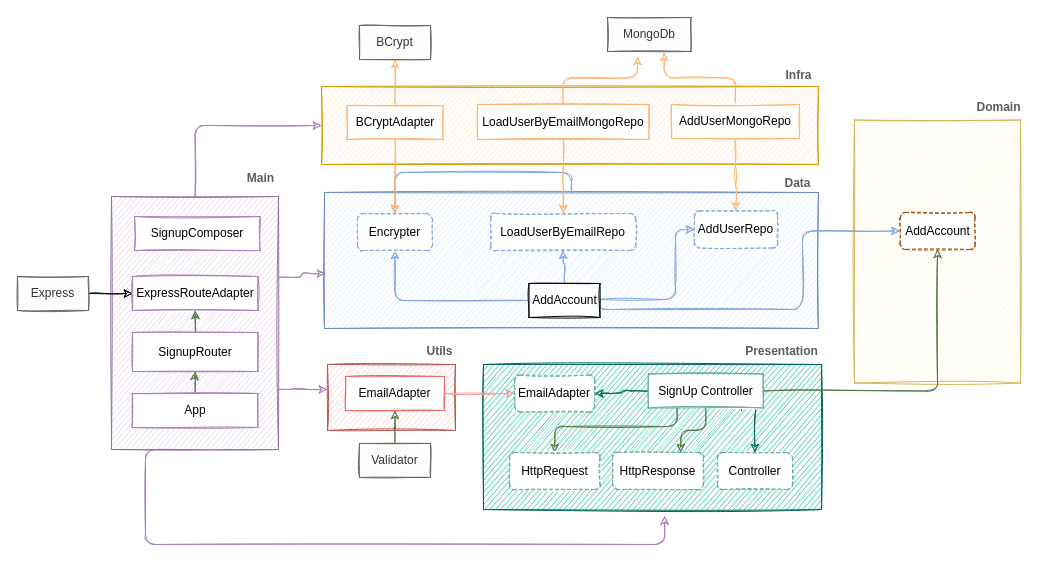
alioshr/Alioshr keeps this draw.io diagram as Untitled Diagram.drawio. Above is the earlier version. Source tidied: cells renumbered, new cells numbered last; positions are measured from the earlier drawing's top-left corner, leaving out a move shared by most shapes. Both pictures are drawn from the tidied source at 100%, with x=0, y=0 at pixel (17, 17).
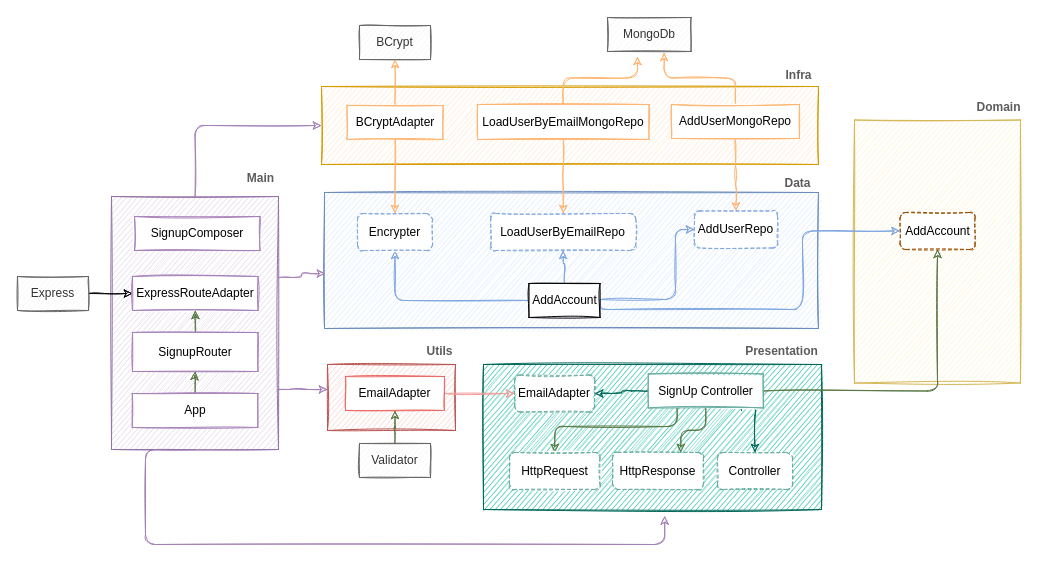
Above is the later version.

The change refers to these unchanged cells:
```xml
<mxCell id="2" style="rounded=0;whiteSpace=wrap;html=1;sketch=1;strokeColor=#6c8ebf;fillColor=#dae8fc;" parent="1" vertex="1">
  <mxGeometry x="307" y="175" width="494" height="136" as="geometry" />
</mxCell>
<mxCell id="41" value="Encrypter" style="rounded=1;whiteSpace=wrap;html=1;sketch=1;dashed=1;shadow=0;strokeColor=#7EA6E0;" parent="1" vertex="1">
  <mxGeometry x="340" y="196" width="75" height="37" as="geometry" />
</mxCell>
```

Diff of the diagram source:
```diff
@@
-    <mxCell id="32" style="edgeStyle=orthogonalEdgeStyle;rounded=1;sketch=1;jettySize=auto;html=1;fontColor=#5C5C5C;fillColor=#21C0A5;strokeColor=#7EA6E0;startArrow=none;" parent="1" edge="1" source="2" target="41">
-      <mxGeometry relative="1" as="geometry" />
-    </mxCell>
```
